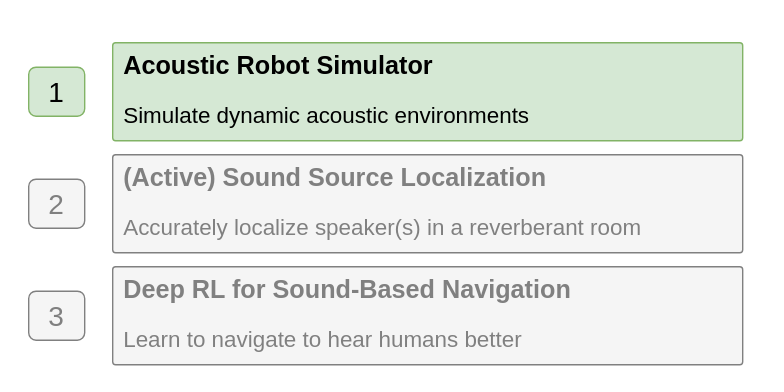
Above: slides/2_simulator/figures/outline.svg in GaetanLepage/phd_defense_slides (draw.io), before the change. Source tidied: cells renumbered, new cells last; positions are measured from the earlier drawing's top-left corner, leaving out a move shared by most shapes. Its diagram source:
```xml
<mxGraphModel>
  <root>
    <mxCell id="0" />
    <mxCell id="1" parent="0" />
    <mxCell id="2" style="rounded=0;whiteSpace=wrap;html=1;fontColor=default;fillColor=none;strokeColor=none;" parent="1" vertex="1">
      <mxGeometry width="560" height="280" as="geometry" />
    </mxCell>
    <mxCell id="3" value="&lt;b&gt;&lt;font style=&quot;font-size: 18px;&quot;&gt;Acoustic Robot Simulator&lt;br&gt;&lt;/font&gt;&lt;/b&gt;&lt;br&gt;&lt;font style=&quot;font-size: 16px;&quot;&gt;Simulate dynamic acoustic environments&lt;/font&gt;" style="rounded=1;whiteSpace=wrap;html=1;arcSize=3;align=left;verticalAlign=top;spacingTop=0;spacingLeft=6;fillColor=#d5e8d4;strokeColor=#82b366;" parent="1" vertex="1">
      <mxGeometry x="80" y="30" width="450" height="70" as="geometry" />
    </mxCell>
    <mxCell id="4" value="&lt;span style=&quot;font-size: 18px;&quot;&gt;&lt;b&gt;(Active) Sound Source Localization&lt;/b&gt;&lt;/span&gt;&lt;br&gt;&lt;font style=&quot;&quot;&gt;&lt;br&gt;&lt;font style=&quot;font-size: 16px;&quot;&gt;Accurately localize speaker(s) in a reverberant room&lt;/font&gt;&lt;/font&gt;" style="rounded=1;whiteSpace=wrap;html=1;arcSize=3;align=left;verticalAlign=top;spacingTop=0;spacingLeft=6;fillColor=#f5f5f5;strokeColor=#808080;fontColor=#808080;" parent="1" vertex="1">
      <mxGeometry x="80" y="110" width="450" height="70" as="geometry" />
    </mxCell>
    <mxCell id="5" value="&lt;span style=&quot;font-size: 18px;&quot;&gt;&lt;b&gt;Deep RL for Sound-Based Navigation&lt;/b&gt;&lt;/span&gt;&lt;br&gt;&lt;font style=&quot;&quot;&gt;&lt;br&gt;&lt;font style=&quot;font-size: 16px;&quot;&gt;Learn to navigate to hear humans better&lt;/font&gt;&lt;/font&gt;" style="rounded=1;whiteSpace=wrap;html=1;arcSize=3;align=left;verticalAlign=top;spacingTop=0;spacingLeft=6;fillColor=#f5f5f5;strokeColor=#808080;fontColor=#808080;" parent="1" vertex="1">
      <mxGeometry x="80" y="190" width="450" height="70" as="geometry" />
    </mxCell>
    <mxCell id="6" value="1" style="rounded=1;whiteSpace=wrap;html=1;fontSize=20;fillColor=#d5e8d4;strokeColor=#82b366;" parent="1" vertex="1">
      <mxGeometry x="20" y="47.5" width="40" height="35" as="geometry" />
    </mxCell>
    <mxCell id="7" value="2" style="rounded=1;whiteSpace=wrap;html=1;fontSize=20;fillColor=#f5f5f5;strokeColor=#808080;fontColor=#808080;" parent="1" vertex="1">
      <mxGeometry x="20" y="127.5" width="40" height="35" as="geometry" />
    </mxCell>
    <mxCell id="8" value="3" style="rounded=1;whiteSpace=wrap;html=1;fontSize=20;fillColor=#f5f5f5;strokeColor=#808080;fontColor=#808080;" parent="1" vertex="1">
      <mxGeometry x="20" y="207.5" width="40" height="35" as="geometry" />
    </mxCell>
  </root>
</mxGraphModel>
```
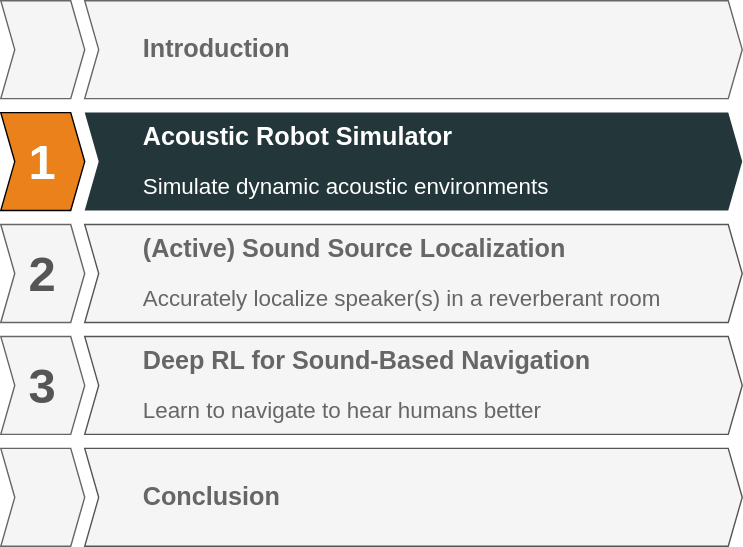
The same file after the commit.

What changed in the source:
```diff
@@ -2,26 +2,47 @@
   <root>
     <mxCell id="0" />
     <mxCell id="1" parent="0" />
-    <mxCell id="2" style="rounded=0;whiteSpace=wrap;html=1;fontColor=default;fillColor=none;strokeColor=none;" parent="1" vertex="1">
-      <mxGeometry width="560" height="280" as="geometry" />
+    <mxCell id="2" value="&lt;b style=&quot;text-wrap-mode: wrap;&quot;&gt;&lt;font style=&quot;font-size: 18px;&quot;&gt;Acoustic Robot Simulator&lt;br&gt;&lt;/font&gt;&lt;/b&gt;&lt;br style=&quot;text-wrap-mode: wrap;&quot;&gt;&lt;font style=&quot;text-wrap-mode: wrap; font-size: 16px;&quot;&gt;Simulate dynamic acoustic environments&lt;/font&gt;" style="html=1;shadow=0;dashed=0;align=left;verticalAlign=middle;shape=mxgraph.arrows2.arrow;dy=0;dx=10;notch=10;whiteSpace=wrap;fillColor=#23373B;fontColor=#FFFFFF;strokeColor=none;spacingLeft=40;" parent="1" vertex="1">
+      <mxGeometry x="1280" y="965" width="470" height="70" as="geometry" />
     </mxCell>
-    <mxCell id="3" value="&lt;b&gt;&lt;font style=&quot;font-size: 18px;&quot;&gt;Acoustic Robot Simulator&lt;br&gt;&lt;/font&gt;&lt;/b&gt;&lt;br&gt;&lt;font style=&quot;font-size: 16px;&quot;&gt;Simulate dynamic acoustic environments&lt;/font&gt;" style="rounded=1;whiteSpace=wrap;html=1;arcSize=3;align=left;verticalAlign=top;spacingTop=0;spacingLeft=6;fillColor=#d5e8d4;strokeColor=#82b366;" parent="1" vertex="1">
-      <mxGeometry x="80" y="30" width="450" height="70" as="geometry" />
+    <mxCell id="3" value="&lt;div style=&quot;text-align: left;&quot;&gt;&lt;span&gt;&lt;b&gt;1&lt;/b&gt;&lt;/span&gt;&lt;/div&gt;" style="html=1;shadow=0;dashed=0;align=center;verticalAlign=middle;shape=mxgraph.arrows2.arrow;dy=0;dx=10;notch=10;whiteSpace=wrap;labelBackgroundColor=none;fillColor=#EB811B;fontColor=#FFFFFF;fontSize=35;" parent="1" vertex="1">
+      <mxGeometry x="1220" y="965" width="60" height="70" as="geometry" />
     </mxCell>
-    <mxCell id="4" value="&lt;span style=&quot;font-size: 18px;&quot;&gt;&lt;b&gt;(Active) Sound Source Localization&lt;/b&gt;&lt;/span&gt;&lt;br&gt;&lt;font style=&quot;&quot;&gt;&lt;br&gt;&lt;font style=&quot;font-size: 16px;&quot;&gt;Accurately localize speaker(s) in a reverberant room&lt;/font&gt;&lt;/font&gt;" style="rounded=1;whiteSpace=wrap;html=1;arcSize=3;align=left;verticalAlign=top;spacingTop=0;spacingLeft=6;fillColor=#f5f5f5;strokeColor=#808080;fontColor=#808080;" parent="1" vertex="1">
-      <mxGeometry x="80" y="110" width="450" height="70" as="geometry" />
+    <mxCell id="4" style="group;fontColor=#666666;" parent="1" vertex="1">
+      <mxGeometry x="1220" y="1045" width="530" height="70" as="geometry" />
     </mxCell>
-    <mxCell id="5" value="&lt;span style=&quot;font-size: 18px;&quot;&gt;&lt;b&gt;Deep RL for Sound-Based Navigation&lt;/b&gt;&lt;/span&gt;&lt;br&gt;&lt;font style=&quot;&quot;&gt;&lt;br&gt;&lt;font style=&quot;font-size: 16px;&quot;&gt;Learn to navigate to hear humans better&lt;/font&gt;&lt;/font&gt;" style="rounded=1;whiteSpace=wrap;html=1;arcSize=3;align=left;verticalAlign=top;spacingTop=0;spacingLeft=6;fillColor=#f5f5f5;strokeColor=#808080;fontColor=#808080;" parent="1" vertex="1">
-      <mxGeometry x="80" y="190" width="450" height="70" as="geometry" />
+    <mxCell id="5" value="&lt;font style=&quot;&quot;&gt;&lt;span style=&quot;font-size: 18px;&quot;&gt;&lt;b style=&quot;&quot;&gt;(Active) Sound Source Localization&lt;/b&gt;&lt;/span&gt;&lt;br style=&quot;&quot;&gt;&lt;font style=&quot;&quot;&gt;&lt;br&gt;&lt;font style=&quot;font-size: 16px;&quot;&gt;Accurately localize speaker(s) in a reverberant room&lt;/font&gt;&lt;/font&gt;&lt;/font&gt;" style="html=1;shadow=0;dashed=0;align=left;verticalAlign=middle;shape=mxgraph.arrows2.arrow;dy=0;dx=10;notch=10;whiteSpace=wrap;fillColor=#f5f5f5;fontColor=#666666;strokeColor=#555555;spacingLeft=40;" parent="4" vertex="1">
+      <mxGeometry x="60" width="470" height="70" as="geometry" />
     </mxCell>
-    <mxCell id="6" value="1" style="rounded=1;whiteSpace=wrap;html=1;fontSize=20;fillColor=#d5e8d4;strokeColor=#82b366;" parent="1" vertex="1">
-      <mxGeometry x="20" y="47.5" width="40" height="35" as="geometry" />
+    <mxCell id="6" value="&lt;div style=&quot;text-align: left;&quot;&gt;&lt;span&gt;&lt;b&gt;2&lt;/b&gt;&lt;/span&gt;&lt;/div&gt;" style="html=1;shadow=0;dashed=0;align=center;verticalAlign=middle;shape=mxgraph.arrows2.arrow;dy=0;dx=10;notch=10;whiteSpace=wrap;labelBackgroundColor=none;fillColor=#f5f5f5;fontColor=#555555;fontSize=35;strokeColor=#666666;" parent="4" vertex="1">
+      <mxGeometry width="60" height="70" as="geometry" />
     </mxCell>
-    <mxCell id="7" value="2" style="rounded=1;whiteSpace=wrap;html=1;fontSize=20;fillColor=#f5f5f5;strokeColor=#808080;fontColor=#808080;" parent="1" vertex="1">
-      <mxGeometry x="20" y="127.5" width="40" height="35" as="geometry" />
+    <mxCell id="7" style="group;fontColor=#666666;" parent="1" vertex="1">
+      <mxGeometry x="1220" y="1205" width="530" height="70" as="geometry" />
     </mxCell>
-    <mxCell id="8" value="3" style="rounded=1;whiteSpace=wrap;html=1;fontSize=20;fillColor=#f5f5f5;strokeColor=#808080;fontColor=#808080;" parent="1" vertex="1">
-      <mxGeometry x="20" y="207.5" width="40" height="35" as="geometry" />
+    <mxCell id="8" value="&lt;div style=&quot;&quot;&gt;&lt;span style=&quot;background-color: transparent; font-size: 18px;&quot;&gt;&lt;b&gt;Conclusion&lt;/b&gt;&lt;/span&gt;&lt;/div&gt;" style="html=1;shadow=0;dashed=0;align=left;verticalAlign=middle;shape=mxgraph.arrows2.arrow;dy=0;dx=10;notch=10;whiteSpace=wrap;fillColor=#f5f5f5;fontColor=#666666;strokeColor=#555555;spacingLeft=40;" parent="7" vertex="1">
+      <mxGeometry x="60" width="470" height="70" as="geometry" />
     </mxCell>
+    <mxCell id="9" value="&lt;div style=&quot;text-align: left;&quot;&gt;&lt;br&gt;&lt;/div&gt;" style="html=1;shadow=0;dashed=0;align=center;verticalAlign=middle;shape=mxgraph.arrows2.arrow;dy=0;dx=10;notch=10;whiteSpace=wrap;labelBackgroundColor=none;fillColor=#f5f5f5;fontColor=#333333;fontSize=35;strokeColor=#666666;" parent="7" vertex="1">
+      <mxGeometry width="60" height="70" as="geometry" />
+    </mxCell>
+    <mxCell id="10" style="group;fontColor=#666666;" parent="1" vertex="1">
+      <mxGeometry x="1220" y="1125" width="530" height="70" as="geometry" />
+    </mxCell>
+    <mxCell id="11" value="&lt;font style=&quot;&quot;&gt;&lt;span style=&quot;font-size: 18px;&quot;&gt;&lt;b style=&quot;&quot;&gt;Deep RL for Sound-Based Navigation&lt;/b&gt;&lt;/span&gt;&lt;br style=&quot;&quot;&gt;&lt;font style=&quot;&quot;&gt;&lt;br&gt;&lt;font style=&quot;font-size: 16px;&quot;&gt;Learn to navigate to hear humans better&lt;/font&gt;&lt;/font&gt;&lt;/font&gt;" style="html=1;shadow=0;dashed=0;align=left;verticalAlign=middle;shape=mxgraph.arrows2.arrow;dy=0;dx=10;notch=10;whiteSpace=wrap;fillColor=#f5f5f5;fontColor=#666666;strokeColor=#555555;spacingLeft=40;" parent="10" vertex="1">
+      <mxGeometry x="60" width="470" height="70" as="geometry" />
+    </mxCell>
+    <mxCell id="12" value="&lt;div style=&quot;text-align: left;&quot;&gt;&lt;span&gt;&lt;b&gt;3&lt;/b&gt;&lt;/span&gt;&lt;/div&gt;" style="html=1;shadow=0;dashed=0;align=center;verticalAlign=middle;shape=mxgraph.arrows2.arrow;dy=0;dx=10;notch=10;whiteSpace=wrap;labelBackgroundColor=none;fillColor=#f5f5f5;fontColor=#555555;fontSize=35;strokeColor=#666666;" parent="10" vertex="1">
+      <mxGeometry width="60" height="70" as="geometry" />
+    </mxCell>
+    <mxCell id="13" style="group;fontColor=#666666;" parent="1" vertex="1">
+      <mxGeometry x="1220" y="885" width="530" height="70" as="geometry" />
+    </mxCell>
+    <mxCell id="14" value="&lt;div style=&quot;&quot;&gt;&lt;span style=&quot;background-color: transparent; font-size: 18px;&quot;&gt;&lt;b&gt;Introduction&lt;/b&gt;&lt;/span&gt;&lt;/div&gt;" style="html=1;shadow=0;dashed=0;align=left;verticalAlign=middle;shape=mxgraph.arrows2.arrow;dy=0;dx=10;notch=10;whiteSpace=wrap;fillColor=#f5f5f5;fontColor=#666666;strokeColor=#666666;spacingLeft=40;" parent="13" vertex="1">
+      <mxGeometry x="60" width="470" height="70" as="geometry" />
+    </mxCell>
+    <mxCell id="15" value="&lt;div style=&quot;text-align: left;&quot;&gt;&lt;br&gt;&lt;/div&gt;" style="html=1;shadow=0;dashed=0;align=center;verticalAlign=middle;shape=mxgraph.arrows2.arrow;dy=0;dx=10;notch=10;whiteSpace=wrap;labelBackgroundColor=none;fillColor=#f5f5f5;fontColor=#333333;fontSize=35;strokeColor=#666666;" parent="13" vertex="1">
+      <mxGeometry width="60" height="70" as="geometry" />
+    </mxCell>
   </root>
 </mxGraphModel>
```
